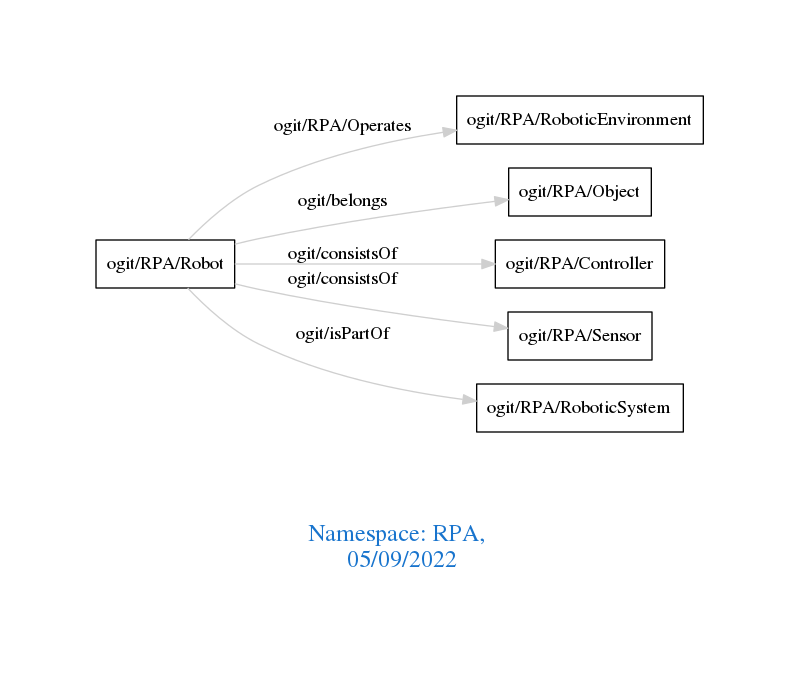
Above: downloads/RPA.png in arago/OGIT (Graphviz), before the change. Its source is kept beside it as downloads/RPA.dot.
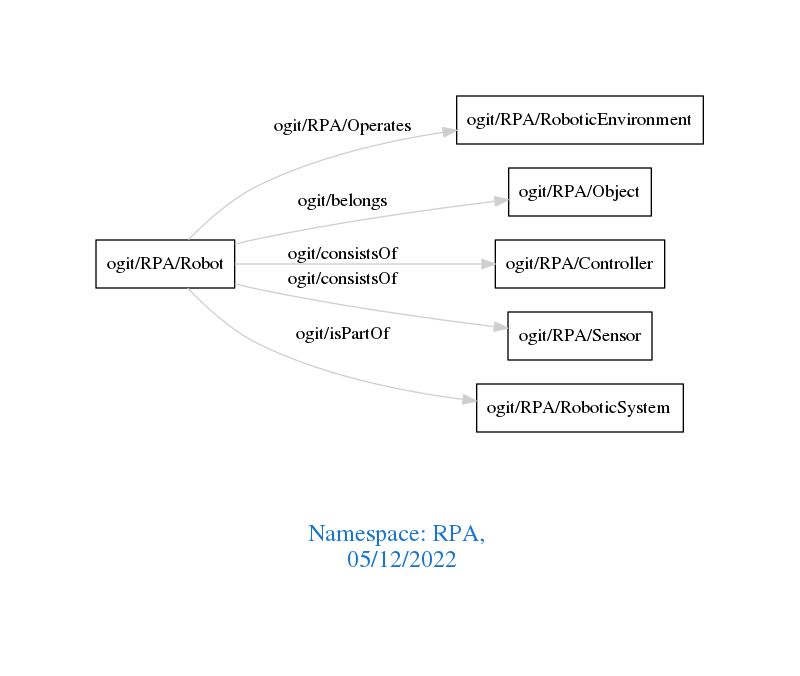
After the commit.

Diff of the diagram source:
```diff
@@ -1,7 +1,7 @@
 digraph OGIT_ontology {
  graph [ rankdir= LR,pad=1
 fontsize = 18,
-fontcolor= dodgerblue3,label = "\n\n\nNamespace: RPA, \n 05/09/2022"];
+fontcolor= dodgerblue3,label = "\n\n\nNamespace: RPA, \n 05/12/2022"];
 node[shape=polygon];
 edge [  color="gray81"];
 
```
